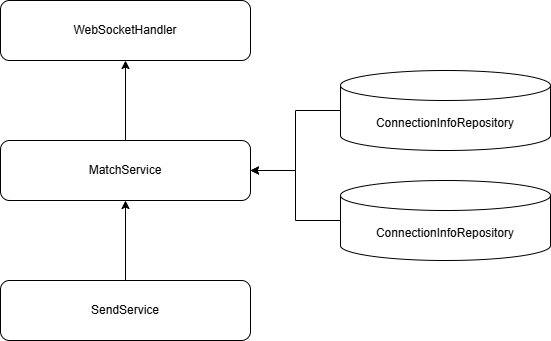
This is assets/img/diagram1.png from koojawon/koojawon.github.io, a draw.io export, as it was before one commit. Source tidied: cells renumbered, new cells last; positions are measured from the earlier drawing's top-left corner, leaving out a move shared by most shapes. The source it was exported from:
```xml
<mxGraphModel>
  <root>
    <mxCell id="0" />
    <mxCell id="1" parent="0" />
    <mxCell id="2" value="WebSocketHandler" style="rounded=1;whiteSpace=wrap;html=1;" parent="1" vertex="1">
      <mxGeometry width="250" height="60" as="geometry" />
    </mxCell>
    <mxCell id="3" style="edgeStyle=orthogonalEdgeStyle;rounded=0;jettySize=auto;html=1;" parent="1" edge="1" source="4" target="2">
      <mxGeometry relative="1" as="geometry" />
    </mxCell>
    <mxCell id="4" value="MatchService" style="rounded=1;whiteSpace=wrap;html=1;" parent="1" vertex="1">
      <mxGeometry y="140" width="250" height="60" as="geometry" />
    </mxCell>
    <mxCell id="5" style="edgeStyle=orthogonalEdgeStyle;rounded=0;jettySize=auto;html=1;" parent="1" edge="1" source="6" target="4">
      <mxGeometry relative="1" as="geometry" />
    </mxCell>
    <mxCell id="6" value="SendService" style="rounded=1;whiteSpace=wrap;html=1;" parent="1" vertex="1">
      <mxGeometry y="280" width="250" height="60" as="geometry" />
    </mxCell>
    <mxCell id="7" style="edgeStyle=orthogonalEdgeStyle;rounded=0;jettySize=auto;html=1;" parent="1" edge="1" source="8" target="4">
      <mxGeometry relative="1" as="geometry" />
    </mxCell>
    <mxCell id="8" value="ConnectionInfoRepository" style="shape=cylinder3;whiteSpace=wrap;html=1;boundedLbl=1;backgroundOutline=1;size=15;" parent="1" vertex="1">
      <mxGeometry x="340" y="70" width="210" height="80" as="geometry" />
    </mxCell>
    <mxCell id="9" style="edgeStyle=orthogonalEdgeStyle;rounded=0;jettySize=auto;html=1;" parent="1" edge="1" source="10" target="4">
      <mxGeometry relative="1" as="geometry" />
    </mxCell>
    <mxCell id="10" value="ConnectionInfoRepository" style="shape=cylinder3;whiteSpace=wrap;html=1;boundedLbl=1;backgroundOutline=1;size=15;" parent="1" vertex="1">
      <mxGeometry x="340" y="180" width="210" height="80" as="geometry" />
    </mxCell>
  </root>
</mxGraphModel>
```
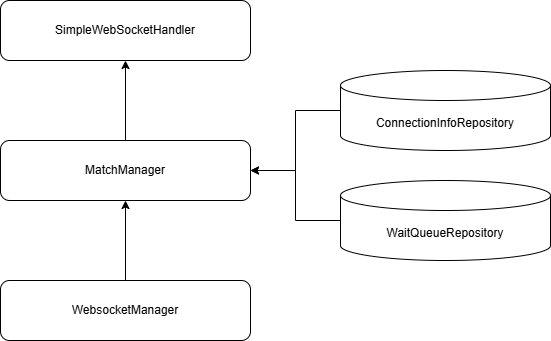
The same diagram one commit later.

What changed in the source:
```diff
@@ -2,19 +2,19 @@
   <root>
     <mxCell id="0" />
     <mxCell id="1" parent="0" />
-    <mxCell id="2" value="WebSocketHandler" style="rounded=1;whiteSpace=wrap;html=1;" parent="1" vertex="1">
+    <mxCell id="2" value="SimpleWebSocketHandler" style="rounded=1;whiteSpace=wrap;html=1;" parent="1" vertex="1">
       <mxGeometry width="250" height="60" as="geometry" />
     </mxCell>
     <mxCell id="3" style="edgeStyle=orthogonalEdgeStyle;rounded=0;jettySize=auto;html=1;" parent="1" edge="1" source="4" target="2">
       <mxGeometry relative="1" as="geometry" />
     </mxCell>
-    <mxCell id="4" value="MatchService" style="rounded=1;whiteSpace=wrap;html=1;" parent="1" vertex="1">
+    <mxCell id="4" value="MatchManager" style="rounded=1;whiteSpace=wrap;html=1;" parent="1" vertex="1">
       <mxGeometry y="140" width="250" height="60" as="geometry" />
     </mxCell>
     <mxCell id="5" style="edgeStyle=orthogonalEdgeStyle;rounded=0;jettySize=auto;html=1;" parent="1" edge="1" source="6" target="4">
       <mxGeometry relative="1" as="geometry" />
     </mxCell>
-    <mxCell id="6" value="SendService" style="rounded=1;whiteSpace=wrap;html=1;" parent="1" vertex="1">
+    <mxCell id="6" value="WebsocketManager" style="rounded=1;whiteSpace=wrap;html=1;" parent="1" vertex="1">
       <mxGeometry y="280" width="250" height="60" as="geometry" />
     </mxCell>
     <mxCell id="7" style="edgeStyle=orthogonalEdgeStyle;rounded=0;jettySize=auto;html=1;" parent="1" edge="1" source="8" target="4">
@@ -26,7 +26,7 @@
     <mxCell id="9" style="edgeStyle=orthogonalEdgeStyle;rounded=0;jettySize=auto;html=1;" parent="1" edge="1" source="10" target="4">
       <mxGeometry relative="1" as="geometry" />
     </mxCell>
-    <mxCell id="10" value="ConnectionInfoRepository" style="shape=cylinder3;whiteSpace=wrap;html=1;boundedLbl=1;backgroundOutline=1;size=15;" parent="1" vertex="1">
+    <mxCell id="10" value="WaitQueueRepository" style="shape=cylinder3;whiteSpace=wrap;html=1;boundedLbl=1;backgroundOutline=1;size=15;" parent="1" vertex="1">
       <mxGeometry x="340" y="180" width="210" height="80" as="geometry" />
     </mxCell>
   </root>
```
